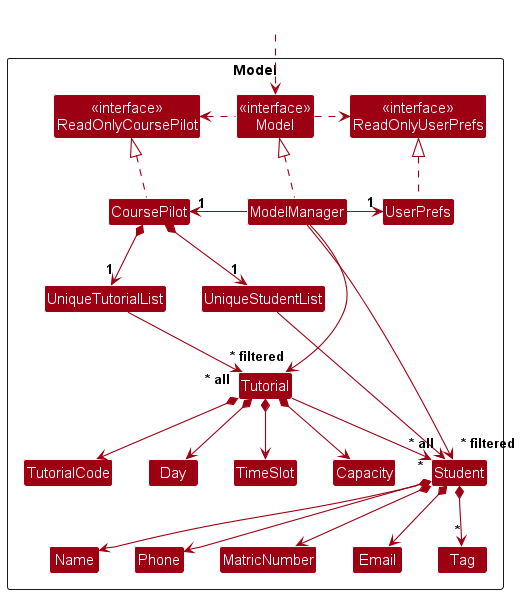
This is docs/images/ModelClassDiagram.png from jyc300564/tp, a PlantUML export, as it was before one commit. Source of this version:
```plantuml
@startuml
!include style.puml
skinparam arrowThickness 1.1
skinparam arrowColor MODEL_COLOR
skinparam classBackgroundColor MODEL_COLOR

Package Model as ModelPackage <<Rectangle>>{
Class "<<interface>>\nReadOnlyCoursePilot" as ReadOnlyCoursePilot
Class "<<interface>>\nReadOnlyUserPrefs" as ReadOnlyUserPrefs
Class "<<interface>>\nModel" as Model
Class CoursePilot
Class ModelManager
Class UserPrefs

Class UniqueStudentList
Class Student
Class MatricNumber
Class Email
Class Name
Class Phone
Class Tag
Class UniqueTutorialList
Class Tutorial
Class TutorialCode
Class Day
Class TimeSlot
Class Capacity

Class I #FFFFFF
}

Class HiddenOutside #FFFFFF
HiddenOutside ..> Model

CoursePilot .up.|> ReadOnlyCoursePilot

ModelManager .up.|> Model
Model .right.> ReadOnlyUserPrefs
Model .left.> ReadOnlyCoursePilot
ModelManager -left-> "1" CoursePilot
ModelManager -right-> "1" UserPrefs
UserPrefs .up.|> ReadOnlyUserPrefs

CoursePilot *--> "1" UniqueStudentList
UniqueStudentList --> "~* all" Student
Student *--> Name
Student *--> Phone
Student *--> Email
Student *--> MatricNumber
Student *--> "*" Tag

Student -[hidden]up--> I
UniqueStudentList -[hidden]right-> I

Name -[hidden]right-> Phone
Phone -[hidden]right-> MatricNumber
MatricNumber -[hidden]right-> Email

CoursePilot *--> "1" UniqueTutorialList
UniqueTutorialList --> "~* all" Tutorial
Tutorial *--> TutorialCode
Tutorial *--> Day
Tutorial *--> TimeSlot
Tutorial *--> Capacity
Tutorial --> "*" Student

ModelManager --> "~* filtered" Tutorial
ModelManager --> "~* filtered" Student
@enduml
```
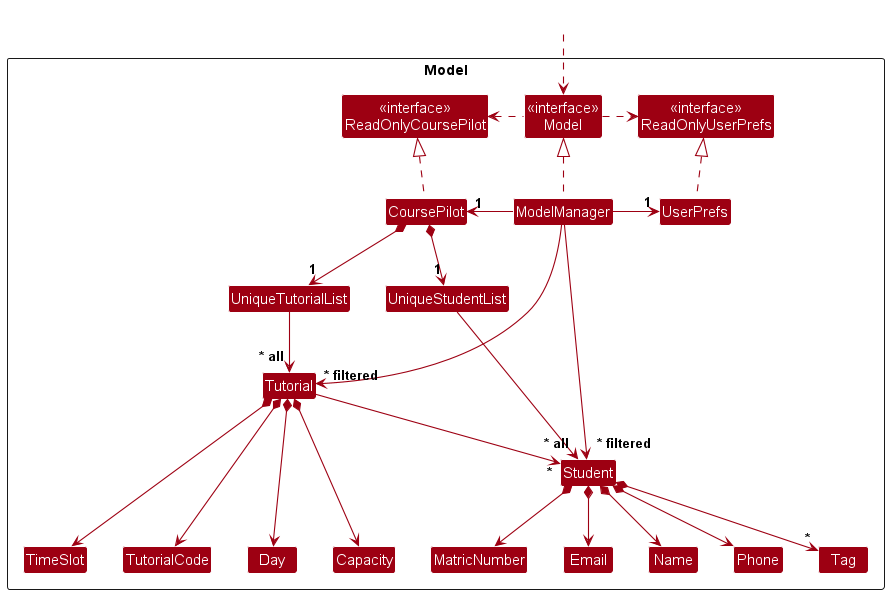
After the change.

Diff of the diagram source:
```diff
@@ -64,6 +64,11 @@
 Tutorial *--> Capacity
 Tutorial --> "*" Student
 
+Tag -[hidden]right-> TimeSlot
+Tag -[hidden]right-> TutorialCode
+Tag -[hidden]right-> Day
+Tag -[hidden]right-> Capacity
+
 ModelManager --> "~* filtered" Tutorial
 ModelManager --> "~* filtered" Student
 @enduml
```
